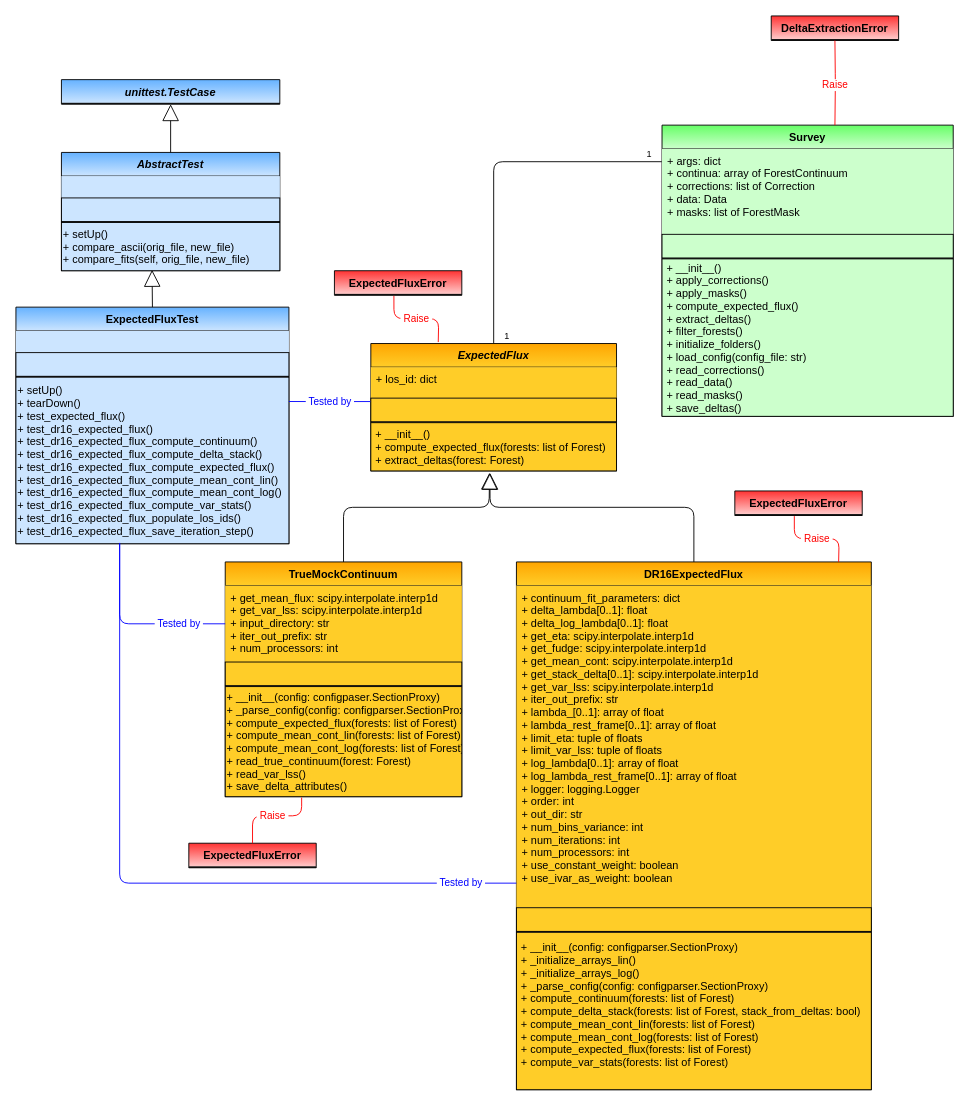
This is page "ExpectedFlux" (6 of 7) of docs/delta_extraction/data_model/data_model.drawio from igmhub/picca, a draw.io file, before an edit. Source tidied: cells renumbered, new cells numbered last; positions are measured from the earlier drawing's top-left corner, leaving out a move shared by most shapes. Both pictures are drawn from the tidied source at 91%, with x=0, y=0 at pixel (15, 15).
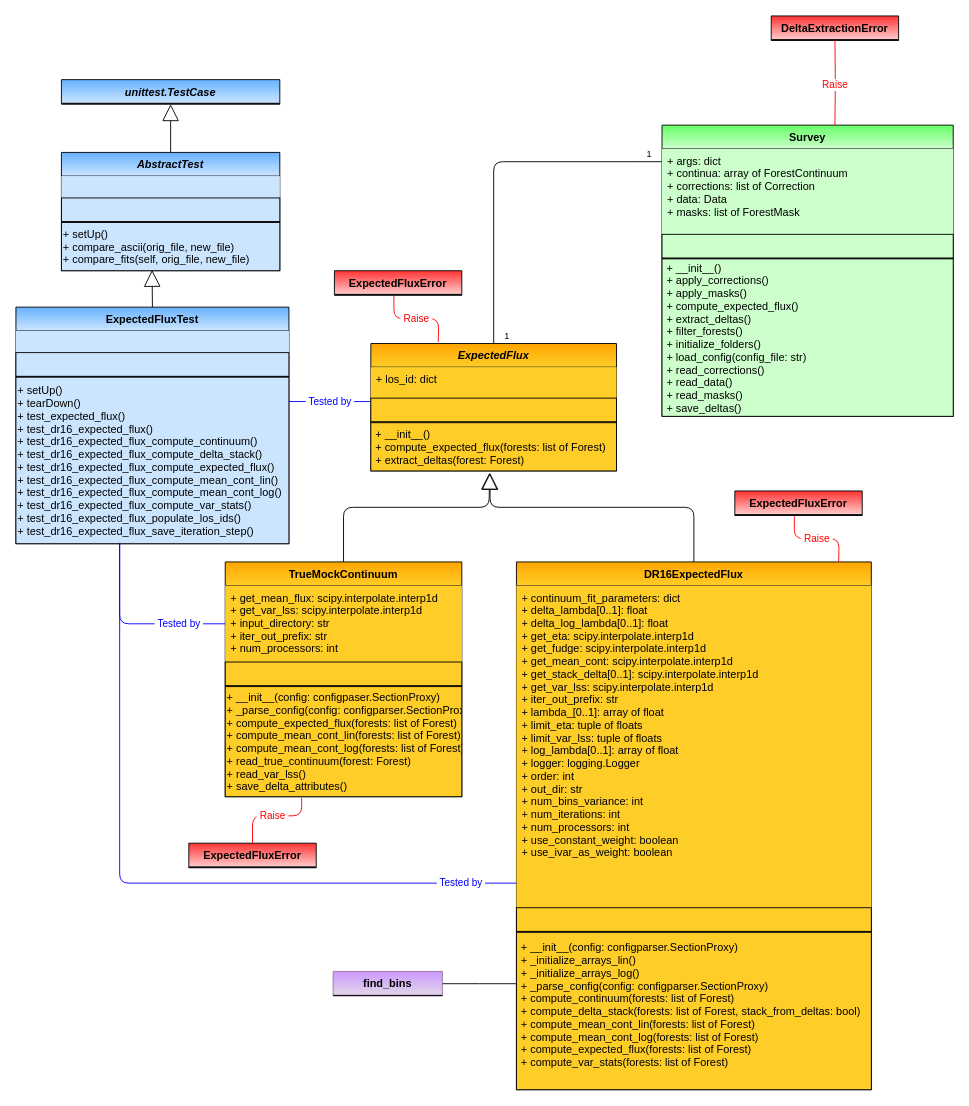
The same page after the edit.

Unchanged cells that the change refers to:
```xml
<mxCell id="29" value="DR16ExpectedFlux" style="swimlane;fontStyle=1;horizontal=1;startSize=26;fillColor=#ffcd28;swimlaneFillColor=#ffffff;rounded=0;shadow=0;glass=0;comic=0;strokeColor=#000000;gradientColor=#ffa500;swimlaneLine=1;gradientDirection=north;" parent="1" vertex="1">
  <mxGeometry x="550" y="600" width="390" height="580" as="geometry" />
</mxCell>
```

Change to the diagram source:
```diff
@@
-    <mxCell id="30" value="+ continuum_fit_parameters: dict&#10;+ delta_lambda[0..1]: float&#10;+ delta_log_lambda[0..1]: float&#10;+ get_eta: scipy.interpolate.interp1d&#10;+ get_fudge: scipy.interpolate.interp1d&#10;+ get_mean_cont: scipy.interpolate.interp1d&#10;+ get_stack_delta[0..1]: scipy.interpolate.interp1d &#10;+ get_var_lss: scipy.interpolate.interp1d&#10;+ iter_out_prefix: str&#10;+ lambda_[0..1]: array of float&#10;+ lambda_rest_frame[0..1]: array of float&#10;+ limit_eta: tuple of floats&#10;+ limit_var_lss: tuple of floats&#10;+ log_lambda[0..1]: array of float&#10;+ log_lambda_rest_frame[0..1]: array of float&#10;+ logger: logging.Logger&#10;+ order: int&#10;+ out_dir: str&#10;+ num_bins_variance: int&#10;+ num_iterations: int&#10;+ num_processors: int&#10;+ use_constant_weight: boolean&#10;+ use_ivar_as_weight: boolean&#10;" style="text;strokeColor=none;fillColor=#ffcd28;align=left;verticalAlign=top;spacingLeft=4;spacingRight=4;overflow=hidden;points=[[0,0.5],[1,0.5]];portConstraint=eastwest;gradientColor=none;" parent="29" vertex="1">
+    <mxCell id="30" value="+ continuum_fit_parameters: dict&#10;+ delta_lambda[0..1]: float&#10;+ delta_log_lambda[0..1]: float&#10;+ get_eta: scipy.interpolate.interp1d&#10;+ get_fudge: scipy.interpolate.interp1d&#10;+ get_mean_cont: scipy.interpolate.interp1d&#10;+ get_stack_delta[0..1]: scipy.interpolate.interp1d &#10;+ get_var_lss: scipy.interpolate.interp1d&#10;+ iter_out_prefix: str&#10;+ lambda_[0..1]: array of float&#10;+ limit_eta: tuple of floats&#10;+ limit_var_lss: tuple of floats&#10;+ log_lambda[0..1]: array of float&#10;+ logger: logging.Logger&#10;+ order: int&#10;+ out_dir: str&#10;+ num_bins_variance: int&#10;+ num_iterations: int&#10;+ num_processors: int&#10;+ use_constant_weight: boolean&#10;+ use_ivar_as_weight: boolean&#10;" style="text;strokeColor=none;fillColor=#ffcd28;align=left;verticalAlign=top;spacingLeft=4;spacingRight=4;overflow=hidden;points=[[0,0.5],[1,0.5]];portConstraint=eastwest;gradientColor=none;" parent="29" vertex="1">
       <mxGeometry y="26" width="390" height="354" as="geometry" />
     </mxCell>
@@
+    <mxCell id="63" style="edgeStyle=orthogonalEdgeStyle;rounded=0;jettySize=auto;html=1;exitX=1;exitY=0.5;exitDx=0;exitDy=0;endArrow=none;endFill=0;entryX=0.004;entryY=0.164;entryDx=0;entryDy=0;entryPerimeter=0;" parent="1" edge="1" source="64">
+      <mxGeometry relative="1" as="geometry">
+        <mxPoint x="550" y="1063.5" as="targetPoint" />
+      </mxGeometry>
+    </mxCell>
+    <mxCell id="64" value="find_bins" style="swimlane;fontStyle=1;horizontal=1;startSize=26;swimlaneFillColor=#ffffff;rounded=0;shadow=0;glass=0;comic=0;strokeColor=#9673a6;swimlaneLine=1;gradientDirection=north;fillColor=#e1d5e7;gradientColor=#CC99FF;" parent="1" vertex="1">
+      <mxGeometry x="348.6" y="1050" width="120" height="27" as="geometry" />
+    </mxCell>
+    <mxCell id="65" style="line;strokeWidth=1;fillColor=none;align=left;verticalAlign=middle;spacingTop=-1;spacingLeft=3;spacingRight=3;labelPosition=right;rounded=0;shadow=0;glass=0;comic=0;" parent="64" vertex="1">
+      <mxGeometry y="26" width="120" height="1" as="geometry" />
+    </mxCell>
```
